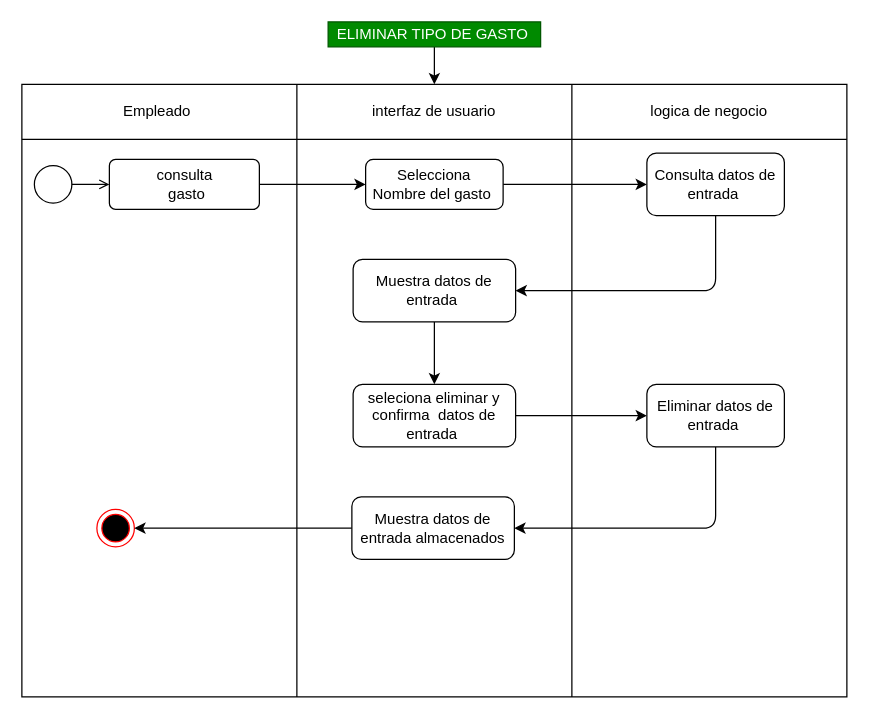
The draw.io diagram Diagramas_Actividad/DAE.8.3.drawio in DavidArtavia/Activity_Diagram-, before the edit. Source tidied: cells renumbered, new cells numbered last; positions are measured from the earlier drawing's top-left corner, leaving out a move shared by most shapes. Both pictures are drawn from the tidied source at 125%, with x=0, y=0 at pixel (21, 21).
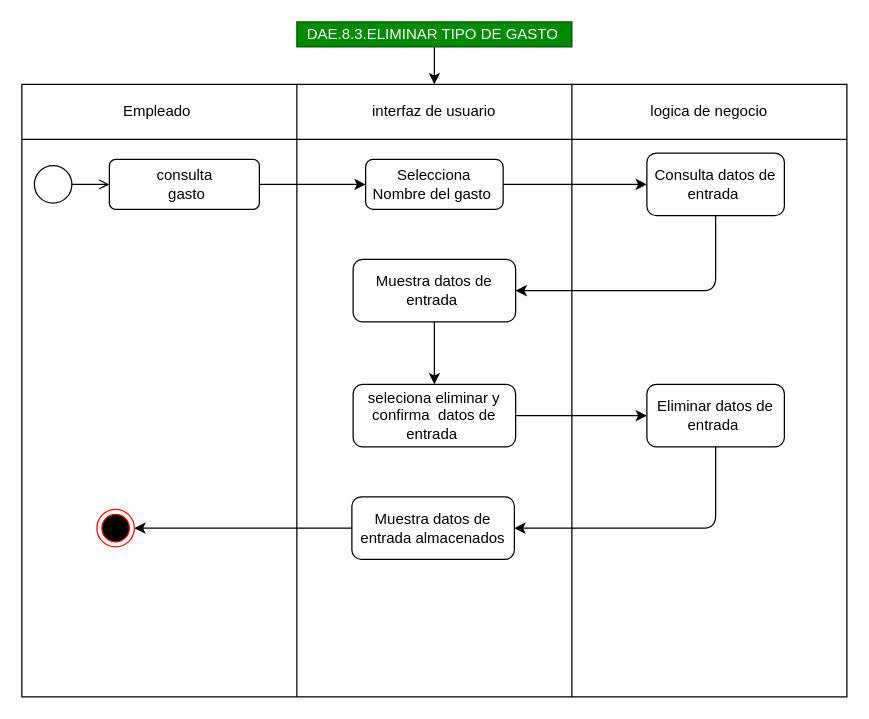
The same diagram, later.

Diff of the diagram source:
```diff
@@
-    <mxCell id="21" value="ELIMINAR TIPO DE GASTO&amp;nbsp;" style="text;html=1;align=center;verticalAlign=middle;points=[];rounded=0;fillColor=#008a00;fontColor=#ffffff;strokeColor=#005700;" parent="1" vertex="1">
-      <mxGeometry x="245" width="170" height="20" as="geometry" />
+    <mxCell id="21" value="DAE.8.3.ELIMINAR TIPO DE GASTO&amp;nbsp;" style="text;html=1;align=center;verticalAlign=middle;points=[];rounded=0;fillColor=#008a00;fontColor=#ffffff;strokeColor=#005700;" parent="1" vertex="1">
+      <mxGeometry x="220" width="220" height="20" as="geometry" />
     </mxCell>
```
